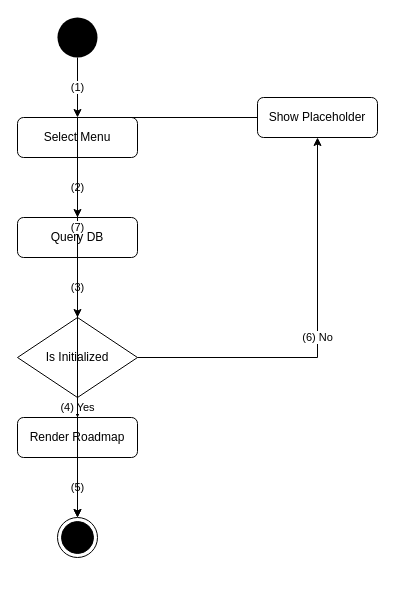
kingDlight/UEIMS_Project keeps this draw.io diagram as activity_flow/uc60_activity_flow.drawio. Above is the earlier version. Source tidied: cells renumbered, new cells numbered last; positions are measured from the earlier drawing's top-left corner, leaving out a move shared by most shapes. Both pictures are drawn from the tidied source at 100%, with x=0, y=0 at pixel (17, 17).
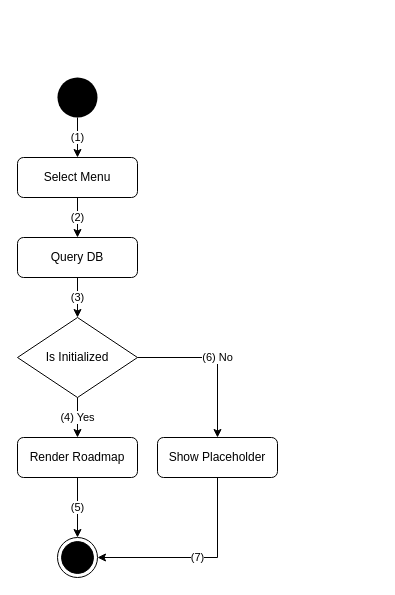
After the change.

The edit, as a diff of the source:
```diff
@@
 <mxGraphModel>
   <root>
     <mxCell id="0" />
     <mxCell id="1" parent="0" />
     <mxCell id="2" style="ellipse;whiteSpace=wrap;html=1;fillColor=#000000;strokeColor=none;" parent="1" vertex="1">
-      <mxGeometry x="40" width="40" height="40" as="geometry" />
+      <mxGeometry x="40" y="60" width="40" height="40" as="geometry" />
     </mxCell>
     <mxCell id="3" value="Select Menu" style="rounded=1;whiteSpace=wrap;html=1;" parent="1" vertex="1">
-      <mxGeometry y="100" width="120" height="40" as="geometry" />
+      <mxGeometry y="140" width="120" height="40" as="geometry" />
     </mxCell>
     <mxCell id="4" value="Query DB" style="rounded=1;whiteSpace=wrap;html=1;" parent="1" vertex="1">
-      <mxGeometry y="200" width="120" height="40" as="geometry" />
+      <mxGeometry y="220" width="120" height="40" as="geometry" />
     </mxCell>
     <mxCell id="5" value="Is Initialized" style="rhombus;whiteSpace=wrap;html=1;" parent="1" vertex="1">
       <mxGeometry y="300" width="120" height="80" as="geometry" />
     </mxCell>
     <mxCell id="6" value="Render Roadmap" style="rounded=1;whiteSpace=wrap;html=1;" parent="1" vertex="1">
-      <mxGeometry y="400" width="120" height="40" as="geometry" />
+      <mxGeometry y="420" width="120" height="40" as="geometry" />
     </mxCell>
     <mxCell id="7" style="ellipse;html=1;shape=endState;fillColor=#000000;strokeColor=#000000;" parent="1" vertex="1">
-      <mxGeometry x="40" y="500" width="40" height="40" as="geometry" />
+      <mxGeometry x="40" y="520" width="40" height="40" as="geometry" />
     </mxCell>
     <mxCell id="8" value="Show Placeholder" style="rounded=1;whiteSpace=wrap;html=1;" parent="1" vertex="1">
-      <mxGeometry x="240" y="80" width="120" height="40" as="geometry" />
+      <mxGeometry x="140" y="420" width="120" height="40" as="geometry" />
     </mxCell>
     <mxCell id="9" value="(1)" style="edgeStyle=orthogonalEdgeStyle;rounded=0;html=1;exitX=0.5;exitY=1;entryX=0.5;entryY=0;" parent="1" edge="1" source="2" target="3">
       <mxGeometry relative="1" as="geometry" />
     </mxCell>
     <mxCell id="10" value="(2)" style="edgeStyle=orthogonalEdgeStyle;rounded=0;html=1;exitX=0.5;exitY=1;entryX=0.5;entryY=0;" parent="1" edge="1" source="3" target="4">
       <mxGeometry relative="1" as="geometry" />
     </mxCell>
     <mxCell id="11" value="(3)" style="edgeStyle=orthogonalEdgeStyle;rounded=0;html=1;exitX=0.5;exitY=1;entryX=0.5;entryY=0;" parent="1" edge="1" source="4" target="5">
       <mxGeometry relative="1" as="geometry" />
     </mxCell>
     <mxCell id="12" value="(4) Yes" style="edgeStyle=orthogonalEdgeStyle;rounded=0;html=1;exitX=0.5;exitY=1;entryX=0.5;entryY=0;" parent="1" edge="1" source="5" target="6">
       <mxGeometry relative="1" as="geometry" />
     </mxCell>
     <mxCell id="13" value="(5)" style="edgeStyle=orthogonalEdgeStyle;rounded=0;html=1;exitX=0.5;exitY=1;entryX=0.5;entryY=0;" parent="1" edge="1" source="6" target="7">
       <mxGeometry relative="1" as="geometry" />
     </mxCell>
-    <mxCell id="14" value="(6) No" style="edgeStyle=orthogonalEdgeStyle;rounded=0;html=1;exitX=1;exitY=0.5;entryX=0.5;entryY=1;" parent="1" edge="1" source="5" target="8">
+    <mxCell id="14" value="(6) No" style="edgeStyle=orthogonalEdgeStyle;rounded=0;html=1;exitX=1;exitY=0.5;entryX=0.5;entryY=0;entryDx=0;entryDy=0;" parent="1" edge="1" source="5" target="8">
       <mxGeometry relative="1" as="geometry" />
     </mxCell>
-    <mxCell id="15" value="(7)" style="edgeStyle=orthogonalEdgeStyle;rounded=0;html=1;exitX=0;exitY=0.5;entryX=0.5;entryY=0;" parent="1" edge="1" source="8" target="7">
+    <mxCell id="15" value="(7)" style="edgeStyle=orthogonalEdgeStyle;rounded=0;html=1;exitX=0.5;exitY=1;entryX=1;entryY=0.5;entryDx=0;entryDy=0;exitDx=0;exitDy=0;" parent="1" edge="1" source="8" target="7">
       <mxGeometry relative="1" as="geometry" />
     </mxCell>
   </root>
 </mxGraphModel>
```
